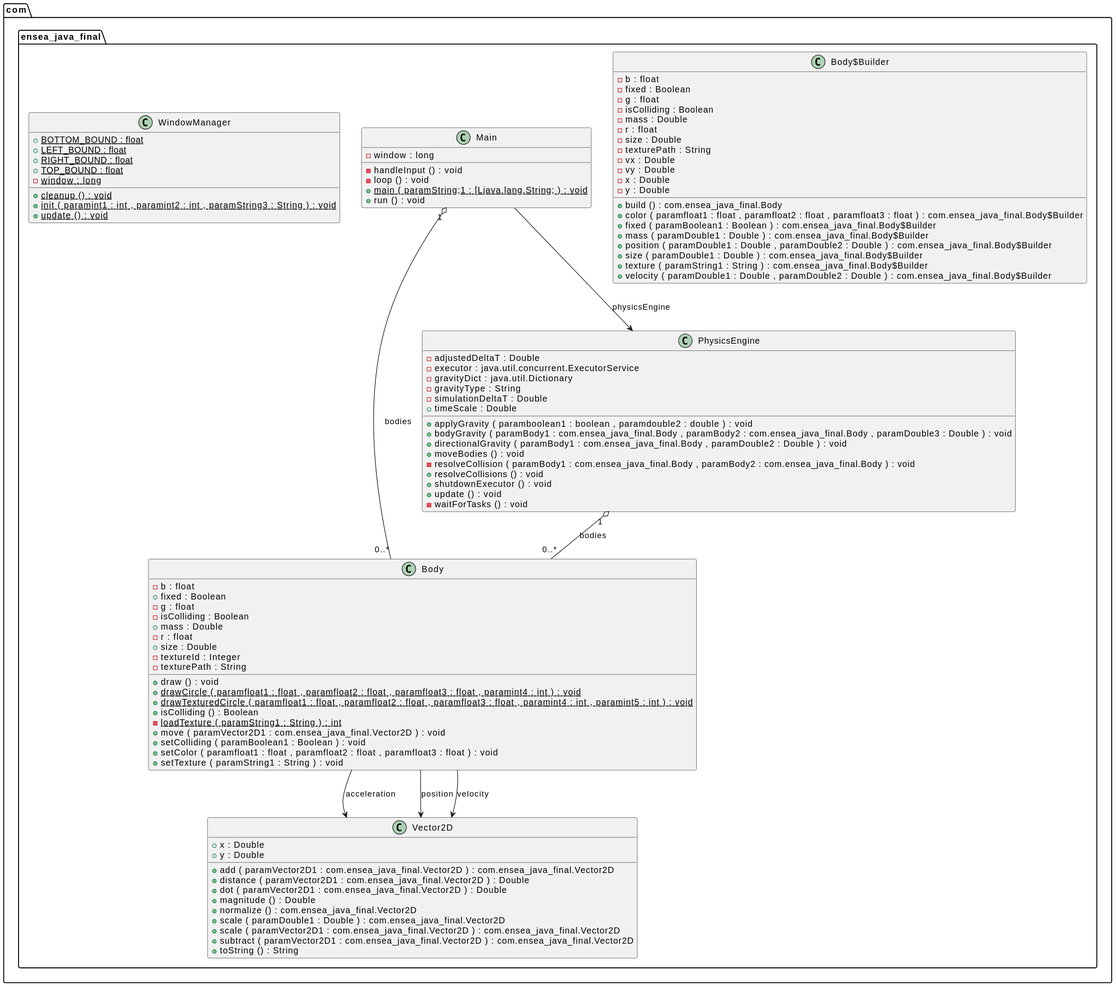
The PlantUML diagram demo/diagram/uml-diagram.svg in AidanBaros/ENSEA_Java_Final, before a commit.
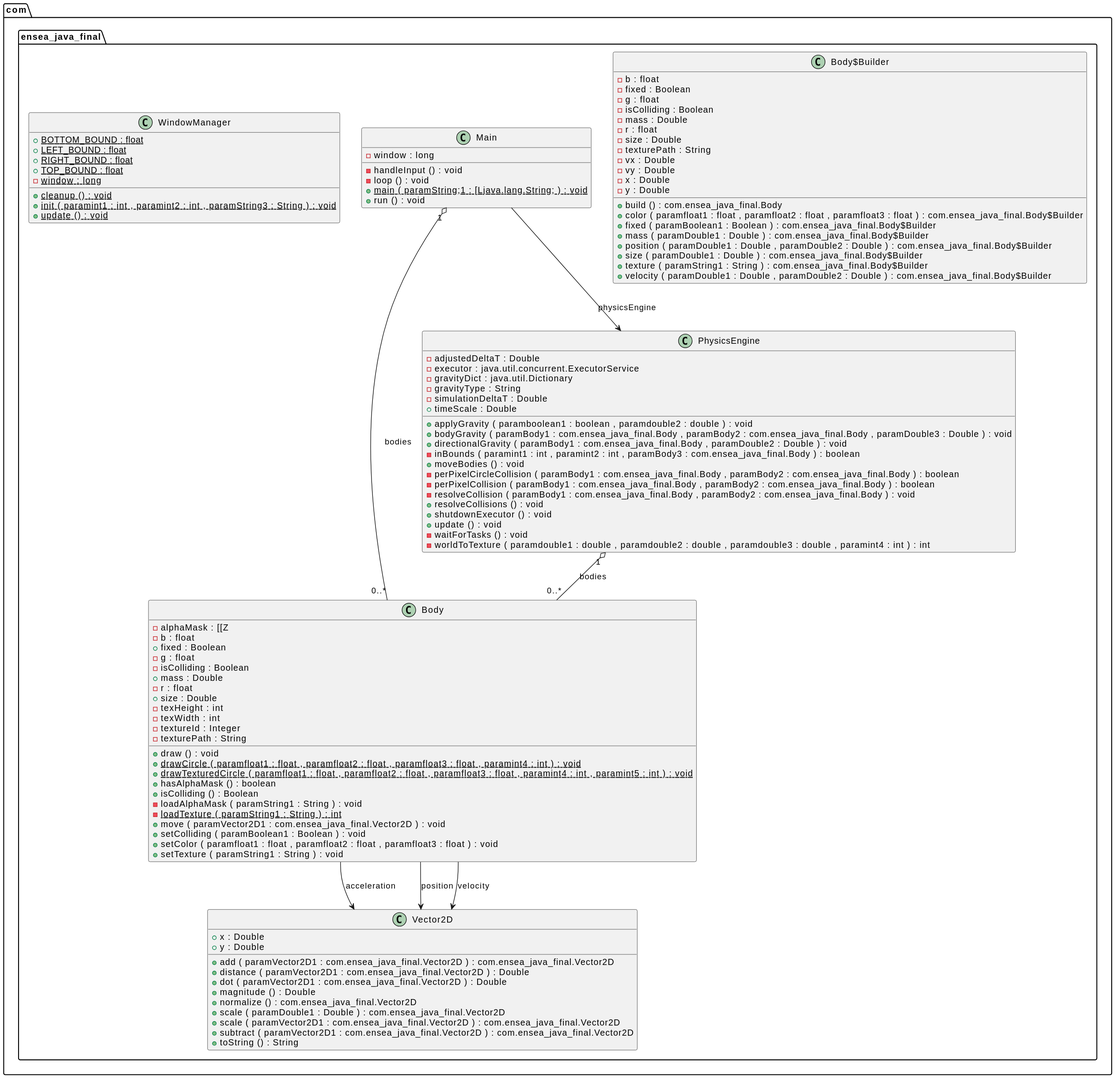
After the commit.

Commit message:
Update UML diagram [auto]

What changed in the source:
```diff
@@ -1,5 +1,6 @@
 @startuml
 class com.ensea_java_final.Body {
+	{field} -alphaMask : [[Z
 	{field} -b : float
 	{field} +fixed : Boolean
 	{field} -g : float
@@ -7,12 +8,16 @@
 	{field} +mass : Double
 	{field} -r : float
 	{field} +size : Double
+	{field} -texHeight : int
+	{field} -texWidth : int
 	{field} -textureId : Integer
 	{field} -texturePath : String
 	{method} +draw () : void
 	{method}  {static} +drawCircle ( paramfloat1 : float , paramfloat2 : float , paramfloat3 : float , paramint4 : int ) : void
 	{method}  {static} +drawTexturedCircle ( paramfloat1 : float , paramfloat2 : float , paramfloat3 : float , paramint4 : int , paramint5 : int ) : void
+	{method} +hasAlphaMask () : boolean
 	{method} +isColliding () : Boolean
+	{method} -loadAlphaMask ( paramString1 : String ) : void
 	{method}  {static} -loadTexture ( paramString1 : String ) : int
 	{method} +move ( paramVector2D1 : com.ensea_java_final.Vector2D ) : void
 	{method} +setColliding ( paramBoolean1 : Boolean ) : void
@@ -64,12 +69,16 @@
 	{method} +applyGravity ( paramboolean1 : boolean , paramdouble2 : double ) : void
 	{method} +bodyGravity ( paramBody1 : com.ensea_java_final.Body , paramBody2 : com.ensea_java_final.Body , paramDouble3 : Double ) : void
 	{method} +directionalGravity ( paramBody1 : com.ensea_java_final.Body , paramDouble2 : Double ) : void
+	{method} -inBounds ( paramint1 : int , paramint2 : int , paramBody3 : com.ensea_java_final.Body ) : boolean
 	{method} +moveBodies () : void
+	{method} -perPixelCircleCollision ( paramBody1 : com.ensea_java_final.Body , paramBody2 : com.ensea_java_final.Body ) : boolean
+	{method} -perPixelCollision ( paramBody1 : com.ensea_java_final.Body , paramBody2 : com.ensea_java_final.Body ) : boolean
 	{method} -resolveCollision ( paramBody1 : com.ensea_java_final.Body , paramBody2 : com.ensea_java_final.Body ) : void
 	{method} +resolveCollisions () : void
 	{method} +shutdownExecutor () : void
 	{method} +update () : void
 	{method} -waitForTasks () : void
+	{method} -worldToTexture ( paramdouble1 : double , paramdouble2 : double , paramdouble3 : double , paramint4 : int ) : int
 }
 
 
```
